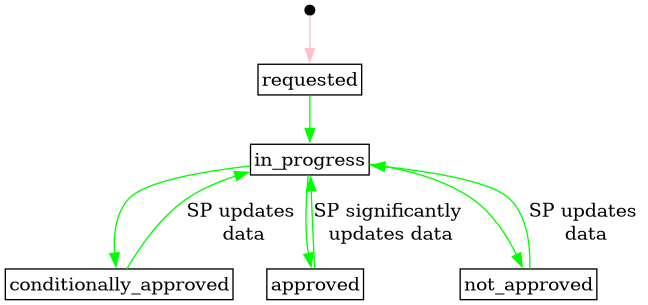
Above: docs/diagrams/service_providing_group_prequalification_status.png in elhub/flex-information-system (PlantUML), before the change. Its source is kept beside it as docs/diagrams/service_providing_group_prequalification_status.plantuml. The source it was exported from:
```plantuml
@startdot service_providing_group_prequalification_status
digraph G {
    layout=dot;
    overlap=false;

    node [shape=rect,width=0.1,height=0.1,margin=0.04];

    start [shape=point];

    // status - Atricle 30.3.b
    requested;
    in_progress;
    conditionally_approved;
    approved;
    not_approved;

    // transitions
    start -> requested [label="", color="pink"];
    requested -> in_progress [label="", color="green"];
    approved -> in_progress [label="SP significantly \nupdates data", color="green"];
    in_progress -> conditionally_approved [label="", color="green"];
    conditionally_approved -> in_progress [label="SP updates \ndata", color="green"];
    in_progress -> approved [label="", color="green"];
    in_progress -> not_approved [label="", color="green"];
    not_approved -> in_progress [label="SP updates \ndata", color="green"];

   }
@enddot
```
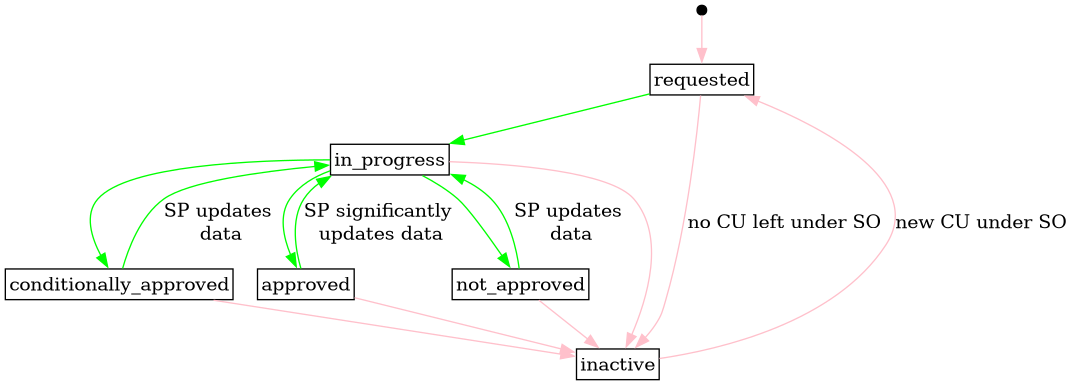
After the commit.

Commit message:
docs: diagram update (FLEX-1505)

Change to the diagram source:
```diff
@@ -13,6 +13,7 @@
     conditionally_approved;
     approved;
     not_approved;
+    inactive;
 
     // transitions
     start -> requested [label="", color="pink"];
@@ -24,5 +25,13 @@
     in_progress -> not_approved [label="", color="green"];
     not_approved -> in_progress [label="SP updates \ndata", color="green"];
 
+    // background soft delete and reactivation based on CU under the SO
+    requested -> inactive [label="no CU left under SO", color="pink"];
+    in_progress -> inactive [label="", color="pink"];
+    conditionally_approved -> inactive [label="", color="pink"];
+    approved -> inactive [label="", color="pink"];
+    not_approved -> inactive [label="", color="pink"];
+    inactive -> requested [label="new CU under SO", color="pink"];
+
    }
 @enddot
```
